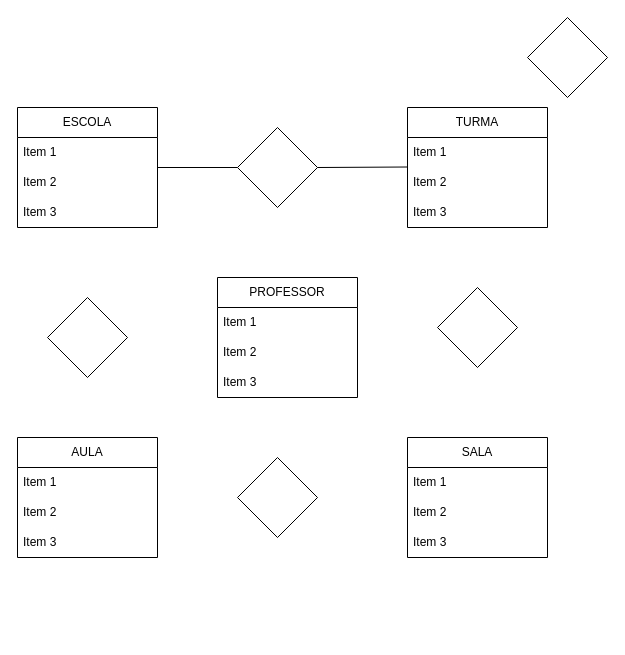
The draw.io diagram segunda_at2.drawio in Adrianobraga/diagramas, before the edit. Source tidied: cells renumbered, new cells numbered last; positions are measured from the earlier drawing's top-left corner, leaving out a move shared by most shapes. Both pictures are drawn from the tidied source at 100%, with x=0, y=0 at pixel (17, 17).
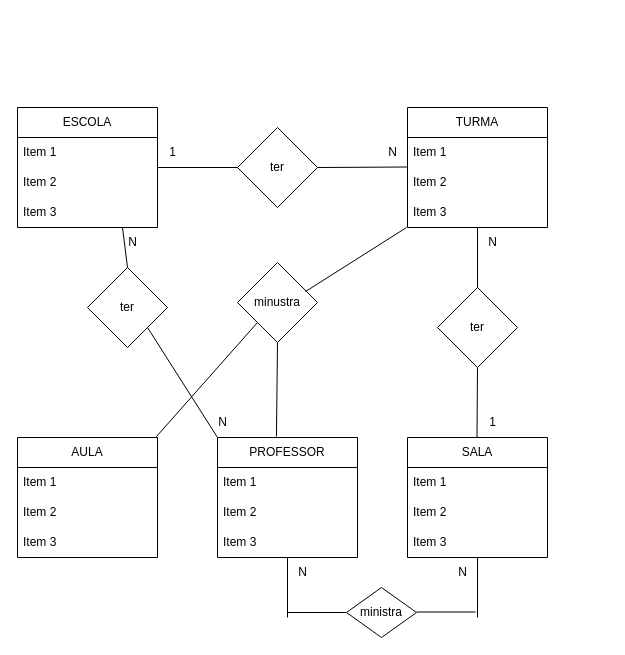
After the change.

Unchanged cells that the change refers to:
```xml
<mxCell id="2" value="ESCOLA" style="swimlane;fontStyle=0;horizontal=1;startSize=30;whiteSpace=wrap;html=1;" parent="1" vertex="1">
  <mxGeometry y="90" width="140" height="120" as="geometry" />
</mxCell>
<mxCell id="6" value="TURMA" style="swimlane;fontStyle=0;horizontal=1;startSize=30;whiteSpace=wrap;html=1;" parent="1" vertex="1">
  <mxGeometry x="390" y="90" width="140" height="120" as="geometry" />
</mxCell>
```

Diff of the diagram source:
```diff
@@
     <mxCell id="18" value="PROFESSOR" style="swimlane;fontStyle=0;horizontal=1;startSize=30;whiteSpace=wrap;html=1;" parent="1" vertex="1">
-      <mxGeometry x="200" y="260" width="140" height="120" as="geometry" />
+      <mxGeometry x="200" y="420" width="140" height="120" as="geometry" />
     </mxCell>
@@
-    <mxCell id="22" style="rhombus;whiteSpace=wrap;html=1;" parent="1" vertex="1">
+    <mxCell id="22" value="ter" style="rhombus;whiteSpace=wrap;html=1;" parent="1" vertex="1">
       <mxGeometry x="220" y="110" width="80" height="80" as="geometry" />
     </mxCell>
-    <mxCell id="23" style="rhombus;whiteSpace=wrap;html=1;" parent="1" vertex="1">
-      <mxGeometry x="220" y="440" width="80" height="80" as="geometry" />
-    </mxCell>
-    <mxCell id="24" style="rhombus;whiteSpace=wrap;html=1;" parent="1" vertex="1">
-      <mxGeometry x="510" width="80" height="80" as="geometry" />
+    <mxCell id="24" value="ministra" style="rhombus;whiteSpace=wrap;html=1;" parent="1" vertex="1">
+      <mxGeometry x="329" y="570" width="70" height="50" as="geometry" />
     </mxCell>
-    <mxCell id="25" style="rhombus;whiteSpace=wrap;html=1;" parent="1" vertex="1">
+    <mxCell id="25" value="ter" style="rhombus;whiteSpace=wrap;html=1;" parent="1" vertex="1">
       <mxGeometry x="420" y="270" width="80" height="80" as="geometry" />
     </mxCell>
-    <mxCell id="26" style="rhombus;whiteSpace=wrap;html=1;" parent="1" vertex="1">
-      <mxGeometry x="30" y="280" width="80" height="80" as="geometry" />
+    <mxCell id="26" value="minustra" style="rhombus;whiteSpace=wrap;html=1;" parent="1" vertex="1">
+      <mxGeometry x="220" y="245" width="80" height="80" as="geometry" />
     </mxCell>
@@
+    <mxCell id="29" value="1" style="text;html=1;align=center;verticalAlign=middle;strokeColor=none;fillColor=none;" parent="1" vertex="1">
+      <mxGeometry x="140" y="120" width="30" height="30" as="geometry" />
+    </mxCell>
+    <mxCell id="30" value="N" style="text;html=1;align=center;verticalAlign=middle;strokeColor=none;fillColor=none;" parent="1" vertex="1">
+      <mxGeometry x="360" y="120" width="30" height="30" as="geometry" />
+    </mxCell>
+    <mxCell id="31" style="endArrow=none;html=1;rounded=0;entryX=0.5;entryY=0;entryDx=0;entryDy=0;exitX=0.5;exitY=1;exitDx=0;exitDy=0;" parent="1" edge="1" source="6" target="25">
+      <mxGeometry relative="1" as="geometry" />
+    </mxCell>
+    <mxCell id="32" style="endArrow=none;html=1;rounded=0;entryX=0.5;entryY=0;entryDx=0;entryDy=0;exitX=0.5;exitY=1;exitDx=0;exitDy=0;" parent="1" edge="1" source="25">
+      <mxGeometry relative="1" as="geometry">
+        <mxPoint x="459.5" y="420" as="targetPoint" />
+      </mxGeometry>
+    </mxCell>
+    <mxCell id="33" value="N" style="text;html=1;align=center;verticalAlign=middle;strokeColor=none;fillColor=none;rotation=0;" parent="1" vertex="1">
+      <mxGeometry x="460" y="210" width="30" height="30" as="geometry" />
+    </mxCell>
+    <mxCell id="34" value="1" style="text;html=1;align=center;verticalAlign=middle;strokeColor=none;fillColor=none;" parent="1" vertex="1">
+      <mxGeometry x="460" y="390" width="30" height="30" as="geometry" />
+    </mxCell>
+    <mxCell id="35" style="endArrow=none;html=1;rounded=0;" parent="1" edge="1" target="24">
+      <mxGeometry relative="1" as="geometry">
+        <mxPoint x="270" y="595" as="sourcePoint" />
+      </mxGeometry>
+    </mxCell>
+    <mxCell id="36" style="endArrow=none;html=1;rounded=0;exitX=0.5;exitY=1;exitDx=0;exitDy=0;entryX=0.421;entryY=-0.008;entryDx=0;entryDy=0;entryPerimeter=0;" parent="1" edge="1" source="26" target="18">
+      <mxGeometry relative="1" as="geometry" />
+    </mxCell>
+    <mxCell id="37" value="N" style="text;html=1;align=center;verticalAlign=middle;strokeColor=none;fillColor=none;rotation=0;" parent="1" vertex="1">
+      <mxGeometry x="270" y="540" width="30" height="30" as="geometry" />
+    </mxCell>
+    <mxCell id="38" value="N" style="text;html=1;align=center;verticalAlign=middle;strokeColor=none;fillColor=none;rotation=0;" parent="1" vertex="1">
+      <mxGeometry x="430" y="540" width="30" height="30" as="geometry" />
+    </mxCell>
+    <mxCell id="39" style="endArrow=none;html=1;rounded=0;exitX=0.85;exitY=0.363;exitDx=0;exitDy=0;exitPerimeter=0;" parent="1" edge="1" source="26">
+      <mxGeometry relative="1" as="geometry">
+        <mxPoint x="389" y="210" as="targetPoint" />
+      </mxGeometry>
+    </mxCell>
+    <mxCell id="40" style="endArrow=none;html=1;rounded=0;exitX=0.5;exitY=1;exitDx=0;exitDy=0;" parent="1" edge="1" source="18">
+      <mxGeometry relative="1" as="geometry">
+        <mxPoint x="270" y="600" as="targetPoint" />
+      </mxGeometry>
+    </mxCell>
+    <mxCell id="41" style="endArrow=none;html=1;rounded=0;exitX=0.5;exitY=1;exitDx=0;exitDy=0;" parent="1" edge="1">
+      <mxGeometry relative="1" as="geometry">
+        <mxPoint x="460" y="540" as="sourcePoint" />
+        <mxPoint x="460" y="600" as="targetPoint" />
+      </mxGeometry>
+    </mxCell>
+    <mxCell id="42" style="endArrow=none;html=1;rounded=0;" parent="1" edge="1">
+      <mxGeometry relative="1" as="geometry">
+        <mxPoint x="399" y="594.5" as="sourcePoint" />
+        <mxPoint x="458" y="594.5" as="targetPoint" />
+      </mxGeometry>
+    </mxCell>
+    <mxCell id="43" style="endArrow=none;html=1;rounded=0;exitX=0;exitY=1;exitDx=0;exitDy=0;entryX=0.421;entryY=-0.008;entryDx=0;entryDy=0;entryPerimeter=0;" parent="1" edge="1" source="26">
+      <mxGeometry relative="1" as="geometry">
+        <mxPoint x="139" y="419" as="targetPoint" />
+      </mxGeometry>
+    </mxCell>
+    <mxCell id="44" value="ter" style="rhombus;whiteSpace=wrap;html=1;" parent="1" vertex="1">
+      <mxGeometry x="70" y="250" width="80" height="80" as="geometry" />
+    </mxCell>
+    <mxCell id="45" style="endArrow=none;html=1;rounded=0;exitX=0.5;exitY=0;exitDx=0;exitDy=0;entryX=0.75;entryY=1;entryDx=0;entryDy=0;" parent="1" edge="1" source="44" target="2">
+      <mxGeometry relative="1" as="geometry" />
+    </mxCell>
+    <mxCell id="46" style="endArrow=none;html=1;rounded=0;exitX=0;exitY=0;exitDx=0;exitDy=0;entryX=0.75;entryY=1;entryDx=0;entryDy=0;" parent="1" edge="1" source="18">
+      <mxGeometry relative="1" as="geometry">
+        <mxPoint x="130" y="310" as="targetPoint" />
+      </mxGeometry>
+    </mxCell>
+    <mxCell id="47" value="N" style="text;html=1;align=center;verticalAlign=middle;strokeColor=none;fillColor=none;" parent="1" vertex="1">
+      <mxGeometry x="100" y="210" width="30" height="30" as="geometry" />
+    </mxCell>
+    <mxCell id="48" value="N" style="text;html=1;align=center;verticalAlign=middle;strokeColor=none;fillColor=none;" parent="1" vertex="1">
+      <mxGeometry x="190" y="390" width="30" height="30" as="geometry" />
+    </mxCell>
```
